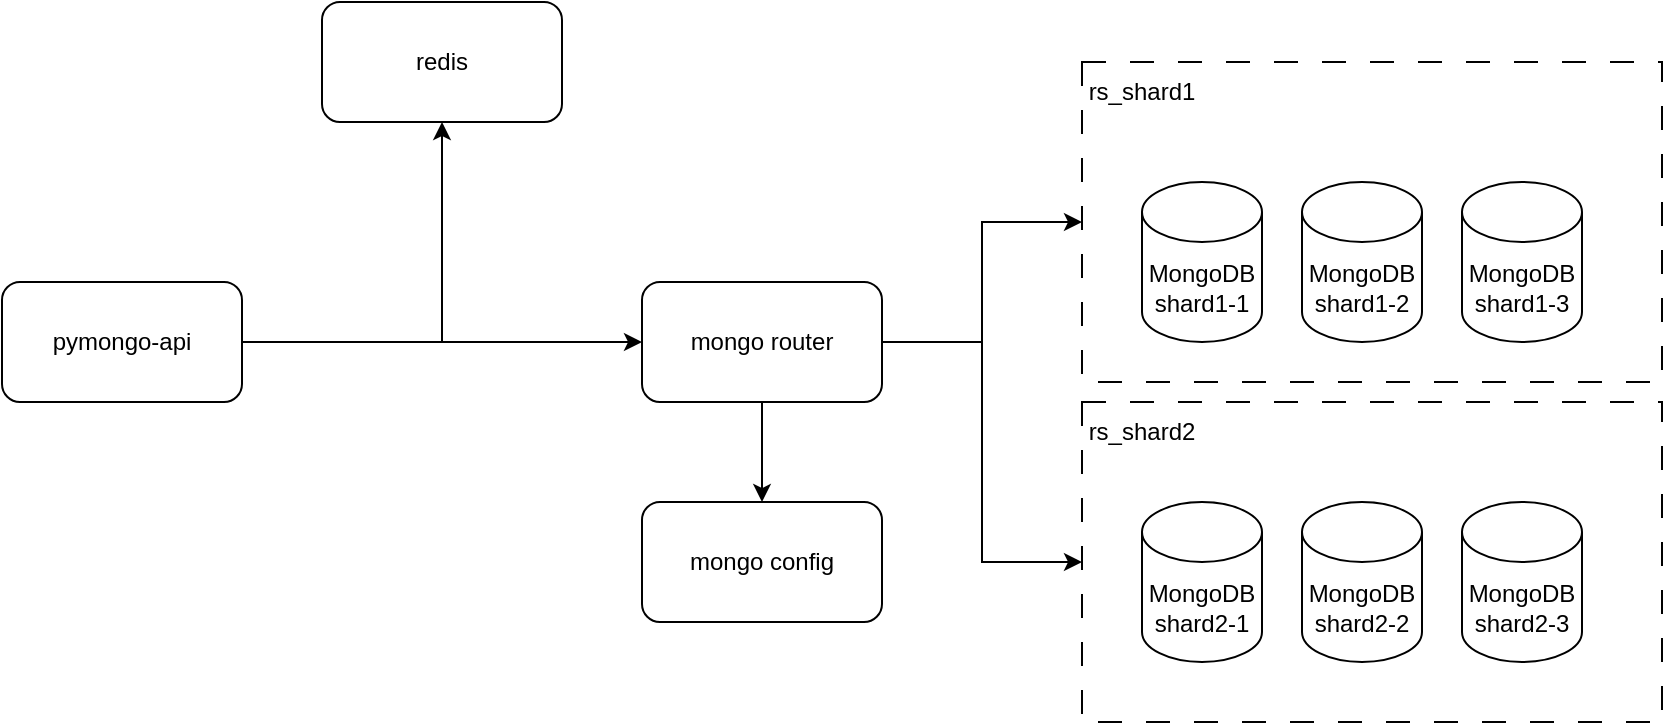
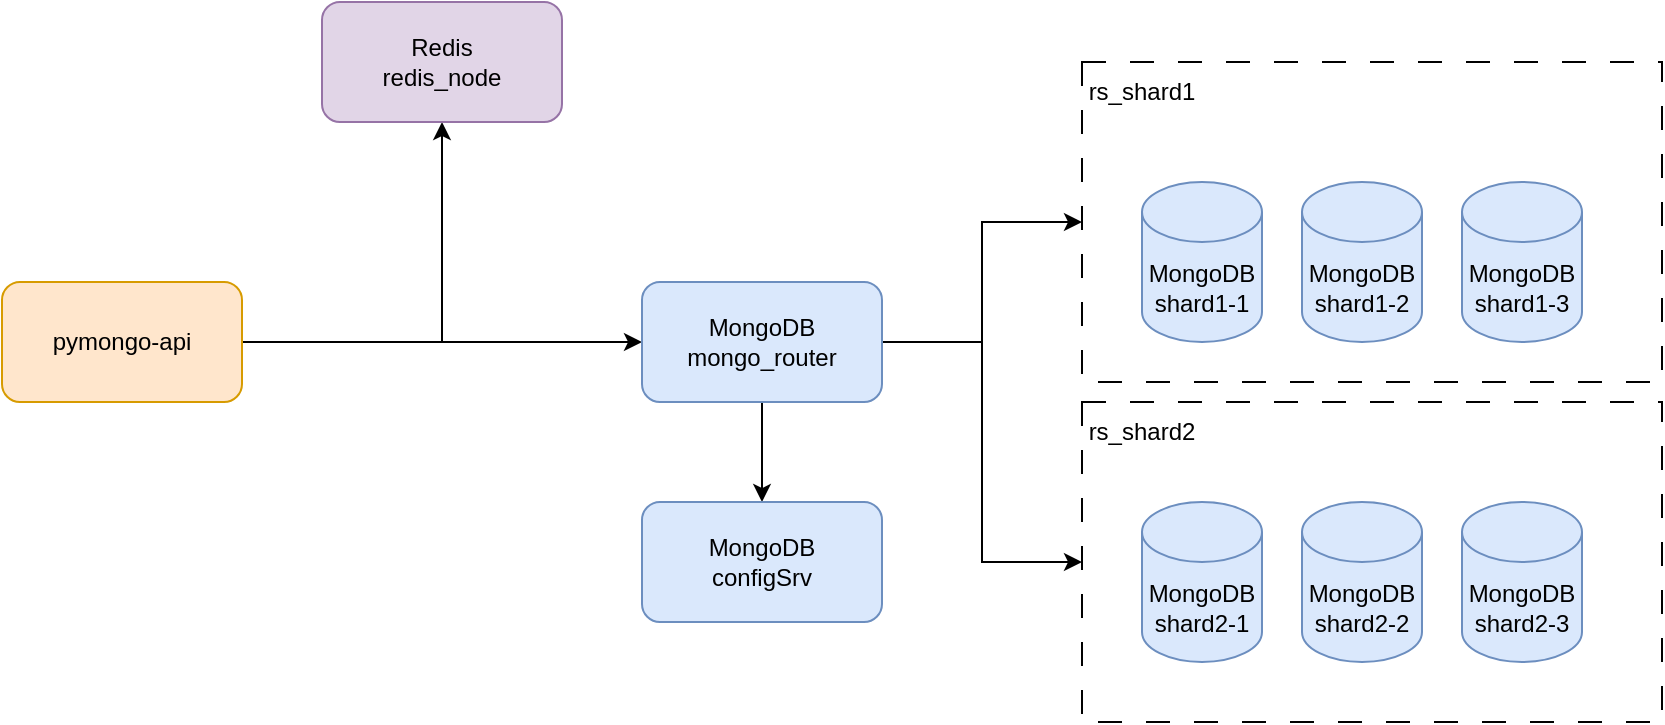
<mxfile host="Electron" agent="Mozilla/5.0 (X11; Linux x86_64) AppleWebKit/537.36 (KHTML, like Gecko) draw.io/26.0.4 Chrome/128.0.6613.186 Electron/32.2.5 Safari/537.36" version="26.0.4">
  <diagram name="Page-1" id="-H_mtQnk-PTXWXPvYvuk">
    <mxGraphModel dx="1014" dy="635" grid="1" gridSize="10" guides="1" tooltips="1" connect="1" arrows="1" fold="1" page="1" pageScale="1" pageWidth="1169" pageHeight="827" math="0" shadow="0">
      <root>
        <mxCell id="0" />
        <mxCell id="1" parent="0" />
-         <mxCell id="IR5tcByoalNEsjsCgNEc-12" value="" style="rounded=0;whiteSpace=wrap;html=1;dashed=1;dashPattern=12 12;" vertex="1" parent="1">
+         <mxCell id="IR5tcByoalNEsjsCgNEc-12" value="" style="rounded=0;whiteSpace=wrap;html=1;dashed=1;dashPattern=12 12;" parent="1" vertex="1">
          <mxGeometry x="650" y="310" width="290" height="160" as="geometry" />
        </mxCell>
-         <mxCell id="IR5tcByoalNEsjsCgNEc-11" value="" style="rounded=0;whiteSpace=wrap;html=1;dashed=1;dashPattern=12 12;" vertex="1" parent="1">
+         <mxCell id="IR5tcByoalNEsjsCgNEc-11" value="" style="rounded=0;whiteSpace=wrap;html=1;dashed=1;dashPattern=12 12;" parent="1" vertex="1">
          <mxGeometry x="650" y="140" width="290" height="160" as="geometry" />
        </mxCell>
-         <mxCell id="zA23MoTUsTF4_91t8viU-2" value="MongoDB&lt;br&gt;shard1-1" style="shape=cylinder3;whiteSpace=wrap;html=1;boundedLbl=1;backgroundOutline=1;size=15;" parent="1" vertex="1">
+         <mxCell id="zA23MoTUsTF4_91t8viU-2" value="MongoDB&lt;br&gt;shard1-1" style="shape=cylinder3;whiteSpace=wrap;html=1;boundedLbl=1;backgroundOutline=1;size=15;fillColor=#dae8fc;strokeColor=#6c8ebf;" parent="1" vertex="1">
          <mxGeometry x="680" y="200" width="60" height="80" as="geometry" />
        </mxCell>
-         <mxCell id="IR5tcByoalNEsjsCgNEc-16" style="edgeStyle=orthogonalEdgeStyle;rounded=0;orthogonalLoop=1;jettySize=auto;html=1;" edge="1" parent="1" source="zA23MoTUsTF4_91t8viU-3" target="IR5tcByoalNEsjsCgNEc-1">
+         <mxCell id="IR5tcByoalNEsjsCgNEc-16" style="edgeStyle=orthogonalEdgeStyle;rounded=0;orthogonalLoop=1;jettySize=auto;html=1;" parent="1" source="zA23MoTUsTF4_91t8viU-3" target="IR5tcByoalNEsjsCgNEc-1" edge="1">
          <mxGeometry relative="1" as="geometry" />
        </mxCell>
-         <mxCell id="IR5tcByoalNEsjsCgNEc-19" style="edgeStyle=orthogonalEdgeStyle;rounded=0;orthogonalLoop=1;jettySize=auto;html=1;entryX=0.5;entryY=1;entryDx=0;entryDy=0;" edge="1" parent="1" source="zA23MoTUsTF4_91t8viU-3" target="IR5tcByoalNEsjsCgNEc-17">
+         <mxCell id="IR5tcByoalNEsjsCgNEc-19" style="edgeStyle=orthogonalEdgeStyle;rounded=0;orthogonalLoop=1;jettySize=auto;html=1;entryX=0.5;entryY=1;entryDx=0;entryDy=0;" parent="1" source="zA23MoTUsTF4_91t8viU-3" target="IR5tcByoalNEsjsCgNEc-17" edge="1">
          <mxGeometry relative="1" as="geometry" />
        </mxCell>
-         <mxCell id="zA23MoTUsTF4_91t8viU-3" value="pymongo-api" style="rounded=1;whiteSpace=wrap;html=1;" parent="1" vertex="1">
+         <mxCell id="zA23MoTUsTF4_91t8viU-3" value="pymongo-api" style="rounded=1;whiteSpace=wrap;html=1;fillColor=#ffe6cc;strokeColor=#d79b00;" parent="1" vertex="1">
          <mxGeometry x="110" y="250" width="120" height="60" as="geometry" />
        </mxCell>
-         <mxCell id="IR5tcByoalNEsjsCgNEc-13" style="edgeStyle=orthogonalEdgeStyle;rounded=0;orthogonalLoop=1;jettySize=auto;html=1;" edge="1" parent="1" source="IR5tcByoalNEsjsCgNEc-1" target="IR5tcByoalNEsjsCgNEc-11">
+         <mxCell id="IR5tcByoalNEsjsCgNEc-13" style="edgeStyle=orthogonalEdgeStyle;rounded=0;orthogonalLoop=1;jettySize=auto;html=1;" parent="1" source="IR5tcByoalNEsjsCgNEc-1" target="IR5tcByoalNEsjsCgNEc-11" edge="1">
          <mxGeometry relative="1" as="geometry" />
        </mxCell>
-         <mxCell id="IR5tcByoalNEsjsCgNEc-14" style="edgeStyle=orthogonalEdgeStyle;rounded=0;orthogonalLoop=1;jettySize=auto;html=1;" edge="1" parent="1" source="IR5tcByoalNEsjsCgNEc-1" target="IR5tcByoalNEsjsCgNEc-12">
+         <mxCell id="IR5tcByoalNEsjsCgNEc-14" style="edgeStyle=orthogonalEdgeStyle;rounded=0;orthogonalLoop=1;jettySize=auto;html=1;" parent="1" source="IR5tcByoalNEsjsCgNEc-1" target="IR5tcByoalNEsjsCgNEc-12" edge="1">
          <mxGeometry relative="1" as="geometry" />
        </mxCell>
-         <mxCell id="IR5tcByoalNEsjsCgNEc-15" style="edgeStyle=orthogonalEdgeStyle;rounded=0;orthogonalLoop=1;jettySize=auto;html=1;" edge="1" parent="1" source="IR5tcByoalNEsjsCgNEc-1" target="IR5tcByoalNEsjsCgNEc-2">
+         <mxCell id="IR5tcByoalNEsjsCgNEc-15" style="edgeStyle=orthogonalEdgeStyle;rounded=0;orthogonalLoop=1;jettySize=auto;html=1;" parent="1" source="IR5tcByoalNEsjsCgNEc-1" target="IR5tcByoalNEsjsCgNEc-2" edge="1">
          <mxGeometry relative="1" as="geometry" />
        </mxCell>
-         <mxCell id="IR5tcByoalNEsjsCgNEc-1" value="mongo router" style="rounded=1;whiteSpace=wrap;html=1;" vertex="1" parent="1">
+         <mxCell id="IR5tcByoalNEsjsCgNEc-1" value="MongoDB&lt;br&gt;mongo_router" style="rounded=1;whiteSpace=wrap;html=1;fillColor=#dae8fc;strokeColor=#6c8ebf;" parent="1" vertex="1">
          <mxGeometry x="430" y="250" width="120" height="60" as="geometry" />
        </mxCell>
-         <mxCell id="IR5tcByoalNEsjsCgNEc-2" value="mongo config" style="rounded=1;whiteSpace=wrap;html=1;" vertex="1" parent="1">
+         <mxCell id="IR5tcByoalNEsjsCgNEc-2" value="MongoDB&lt;br&gt;configSrv" style="rounded=1;whiteSpace=wrap;html=1;fillColor=#dae8fc;strokeColor=#6c8ebf;" parent="1" vertex="1">
          <mxGeometry x="430" y="360" width="120" height="60" as="geometry" />
        </mxCell>
-         <mxCell id="IR5tcByoalNEsjsCgNEc-4" value="MongoDB&lt;br&gt;shard1-2" style="shape=cylinder3;whiteSpace=wrap;html=1;boundedLbl=1;backgroundOutline=1;size=15;" vertex="1" parent="1">
+         <mxCell id="IR5tcByoalNEsjsCgNEc-4" value="MongoDB&lt;br&gt;shard1-2" style="shape=cylinder3;whiteSpace=wrap;html=1;boundedLbl=1;backgroundOutline=1;size=15;fillColor=#dae8fc;strokeColor=#6c8ebf;" parent="1" vertex="1">
          <mxGeometry x="760" y="200" width="60" height="80" as="geometry" />
        </mxCell>
-         <mxCell id="IR5tcByoalNEsjsCgNEc-5" value="MongoDB&lt;br&gt;shard1-3" style="shape=cylinder3;whiteSpace=wrap;html=1;boundedLbl=1;backgroundOutline=1;size=15;" vertex="1" parent="1">
+         <mxCell id="IR5tcByoalNEsjsCgNEc-5" value="MongoDB&lt;br&gt;shard1-3" style="shape=cylinder3;whiteSpace=wrap;html=1;boundedLbl=1;backgroundOutline=1;size=15;fillColor=#dae8fc;strokeColor=#6c8ebf;" parent="1" vertex="1">
          <mxGeometry x="840" y="200" width="60" height="80" as="geometry" />
        </mxCell>
-         <mxCell id="IR5tcByoalNEsjsCgNEc-6" value="MongoDB&lt;br&gt;shard2-1" style="shape=cylinder3;whiteSpace=wrap;html=1;boundedLbl=1;backgroundOutline=1;size=15;" vertex="1" parent="1">
+         <mxCell id="IR5tcByoalNEsjsCgNEc-6" value="MongoDB&lt;br&gt;shard2-1" style="shape=cylinder3;whiteSpace=wrap;html=1;boundedLbl=1;backgroundOutline=1;size=15;fillColor=#dae8fc;strokeColor=#6c8ebf;" parent="1" vertex="1">
          <mxGeometry x="680" y="360" width="60" height="80" as="geometry" />
        </mxCell>
-         <mxCell id="IR5tcByoalNEsjsCgNEc-7" value="MongoDB&lt;br&gt;shard2-2" style="shape=cylinder3;whiteSpace=wrap;html=1;boundedLbl=1;backgroundOutline=1;size=15;" vertex="1" parent="1">
+         <mxCell id="IR5tcByoalNEsjsCgNEc-7" value="MongoDB&lt;br&gt;shard2-2" style="shape=cylinder3;whiteSpace=wrap;html=1;boundedLbl=1;backgroundOutline=1;size=15;fillColor=#dae8fc;strokeColor=#6c8ebf;" parent="1" vertex="1">
          <mxGeometry x="760" y="360" width="60" height="80" as="geometry" />
        </mxCell>
-         <mxCell id="IR5tcByoalNEsjsCgNEc-8" value="MongoDB&lt;br&gt;shard2-3" style="shape=cylinder3;whiteSpace=wrap;html=1;boundedLbl=1;backgroundOutline=1;size=15;" vertex="1" parent="1">
+         <mxCell id="IR5tcByoalNEsjsCgNEc-8" value="MongoDB&lt;br&gt;shard2-3" style="shape=cylinder3;whiteSpace=wrap;html=1;boundedLbl=1;backgroundOutline=1;size=15;fillColor=#dae8fc;strokeColor=#6c8ebf;" parent="1" vertex="1">
          <mxGeometry x="840" y="360" width="60" height="80" as="geometry" />
        </mxCell>
-         <mxCell id="IR5tcByoalNEsjsCgNEc-9" value="rs_shard1" style="text;html=1;align=center;verticalAlign=middle;whiteSpace=wrap;rounded=0;" vertex="1" parent="1">
+         <mxCell id="IR5tcByoalNEsjsCgNEc-9" value="rs_shard1" style="text;html=1;align=center;verticalAlign=middle;whiteSpace=wrap;rounded=0;" parent="1" vertex="1">
          <mxGeometry x="650" y="140" width="60" height="30" as="geometry" />
        </mxCell>
-         <mxCell id="IR5tcByoalNEsjsCgNEc-10" value="rs_shard2" style="text;html=1;align=center;verticalAlign=middle;whiteSpace=wrap;rounded=0;" vertex="1" parent="1">
+         <mxCell id="IR5tcByoalNEsjsCgNEc-10" value="rs_shard2" style="text;html=1;align=center;verticalAlign=middle;whiteSpace=wrap;rounded=0;" parent="1" vertex="1">
          <mxGeometry x="650" y="310" width="60" height="30" as="geometry" />
        </mxCell>
-         <mxCell id="IR5tcByoalNEsjsCgNEc-17" value="redis" style="rounded=1;whiteSpace=wrap;html=1;" vertex="1" parent="1">
+         <mxCell id="IR5tcByoalNEsjsCgNEc-17" value="Redis&lt;br&gt;redis_node" style="rounded=1;whiteSpace=wrap;html=1;fillColor=#e1d5e7;strokeColor=#9673a6;" parent="1" vertex="1">
          <mxGeometry x="270" y="110" width="120" height="60" as="geometry" />
        </mxCell>
      </root>
    </mxGraphModel>
  </diagram>
</mxfile>
